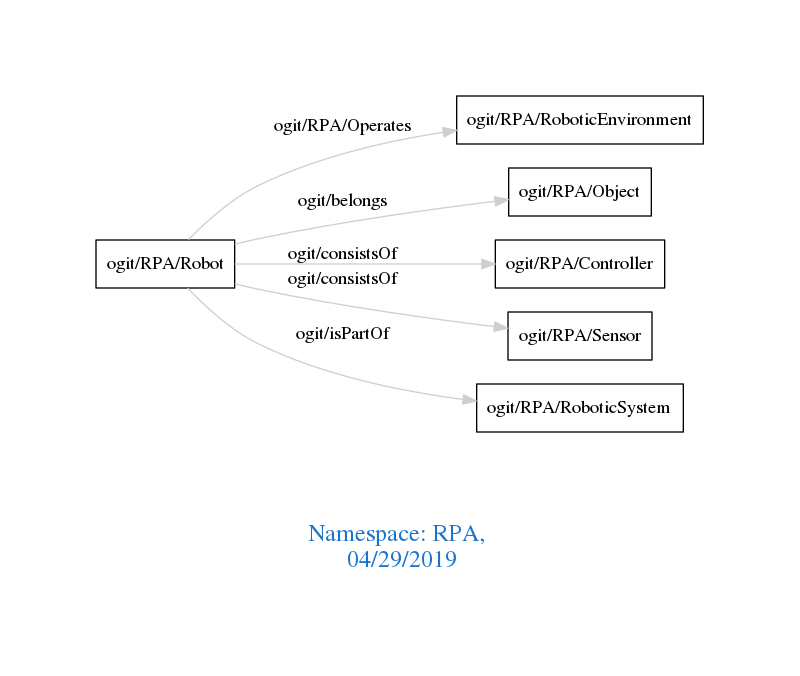
Above: downloads/RPA.png in arago/OGIT (Graphviz), before the change. Its source is kept beside it as downloads/RPA.dot. The source it was exported from:
```dot
digraph OGIT_ontology {
 graph [ rankdir= LR,pad=1
fontsize = 18,
fontcolor= dodgerblue3,label = "\n\n\nNamespace: RPA, \n 04/29/2019"];
node[shape=polygon];
edge [  color="gray81"];

   "ogit/RPA/Robot" -> "ogit/RPA/RoboticEnvironment" [label="   ogit/RPA/Operates    "];
   "ogit/RPA/Robot" -> "ogit/RPA/Object" [label="   ogit/belongs    "];
   "ogit/RPA/Robot" -> "ogit/RPA/Controller" [label="   ogit/consistsOf    "];
   "ogit/RPA/Robot" -> "ogit/RPA/Sensor" [label="   ogit/consistsOf    "];
   "ogit/RPA/Robot" -> "ogit/RPA/RoboticSystem" [label="   ogit/isPartOf    "];
}
```
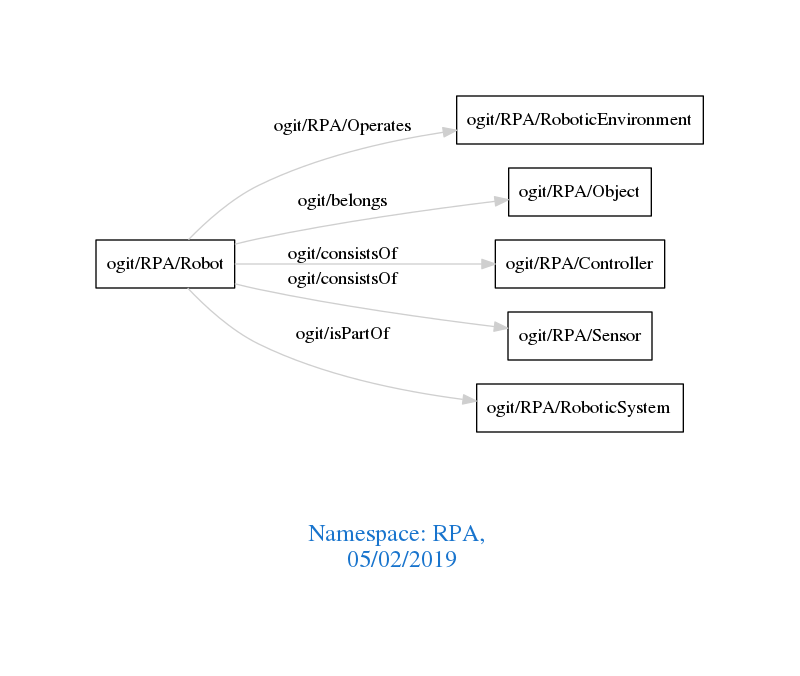
The same diagram one commit later.

Diff of the diagram source:
```diff
@@ -1,7 +1,7 @@
 digraph OGIT_ontology {
  graph [ rankdir= LR,pad=1
 fontsize = 18,
-fontcolor= dodgerblue3,label = "\n\n\nNamespace: RPA, \n 04/29/2019"];
+fontcolor= dodgerblue3,label = "\n\n\nNamespace: RPA, \n 05/02/2019"];
 node[shape=polygon];
 edge [  color="gray81"];
 
```
